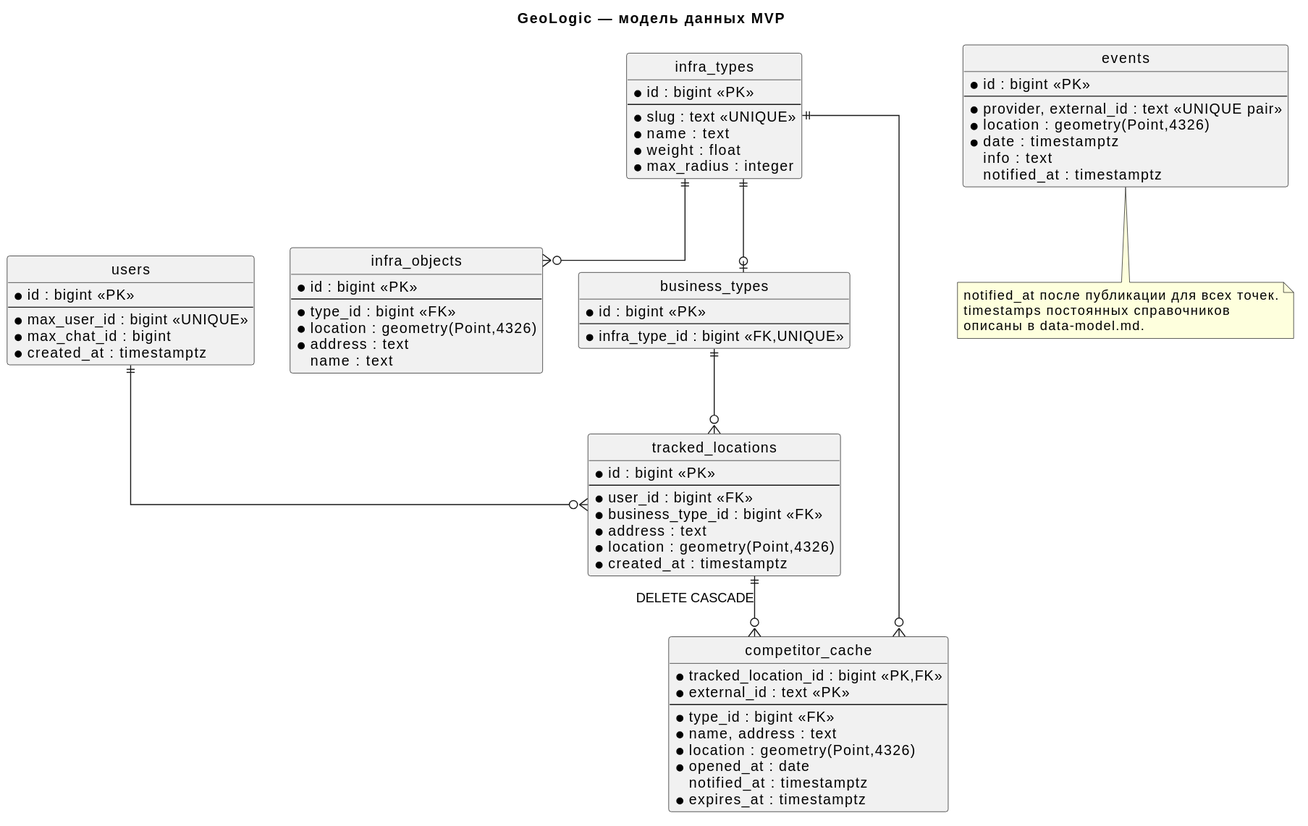
kotafan1rich/GeoLogic-Monitor keeps this PlantUML diagram as docs/diagrams/rendered/er-model.svg. Above is the earlier version. Source of this version:
```plantuml
@startuml
title GeoLogic — модель данных MVP
hide circle
skinparam linetype ortho
entity users {
 * id : bigint <<PK>>
 --
 * max_user_id : bigint <<UNIQUE>>
 * max_chat_id : bigint
 * created_at : timestamptz
}
entity tracked_locations {
 * id : bigint <<PK>>
 --
 * user_id : bigint <<FK>>
 * business_type_id : bigint <<FK>>
 * address : text
 * location : geometry(Point,4326)
 * created_at : timestamptz
}
entity infra_types {
 * id : bigint <<PK>>
 --
 * slug : text <<UNIQUE>>
 * name : text
 * weight : float
 * max_radius : integer
}
entity infra_objects {
 * id : bigint <<PK>>
 --
 * type_id : bigint <<FK>>
 * location : geometry(Point,4326)
 * address : text
 name : text
}
entity business_types {
 * id : bigint <<PK>>
 --
 * infra_type_id : bigint <<FK,UNIQUE>>
}
entity events {
 * id : bigint <<PK>>
 --
 * provider, external_id : text <<UNIQUE pair>>
 * location : geometry(Point,4326)
 * date : timestamptz
 info : text
 notified_at : timestamptz
}
entity competitor_cache {
 * tracked_location_id : bigint <<PK,FK>>
 * external_id : text <<PK>>
 --
 * type_id : bigint <<FK>>
 * name, address : text
 * location : geometry(Point,4326)
 * opened_at : date
 notified_at : timestamptz
 * expires_at : timestamptz
}
users ||--o{ tracked_locations
infra_types ||--o{ infra_objects
infra_types ||--o| business_types
business_types ||--o{ tracked_locations
tracked_locations ||--o{ competitor_cache : DELETE CASCADE
infra_types ||--o{ competitor_cache
note bottom of events
 notified_at после публикации для всех точек.
 timestamps постоянных справочников
 описаны в data-model.md.
end note
@enduml
```
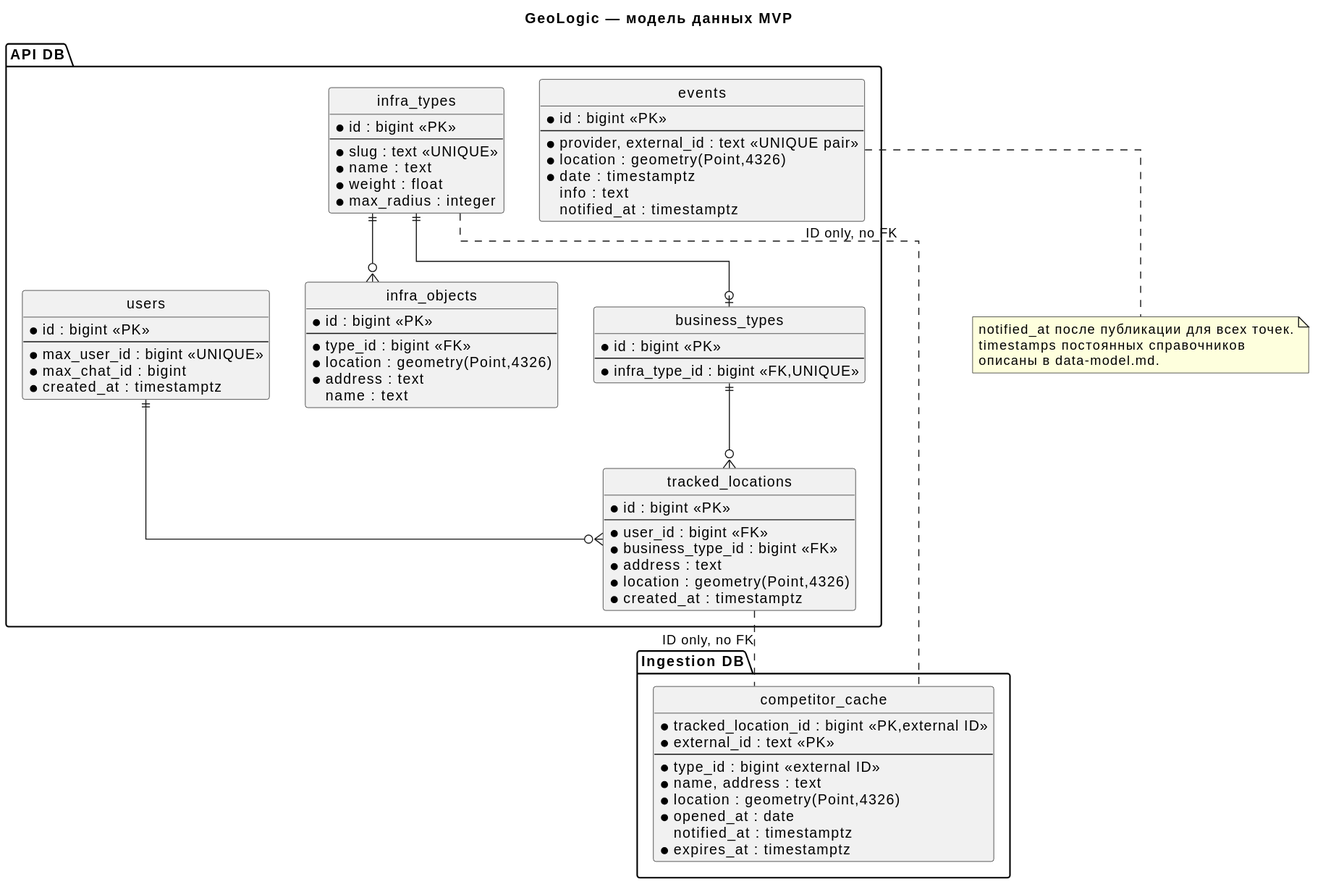
After the commit.

The edit, as a diff of the source:
```diff
@@ -2,6 +2,7 @@
 title GeoLogic — модель данных MVP
 hide circle
 skinparam linetype ortho
+package "API DB" {
 entity users {
  * id : bigint <<PK>>
  --
@@ -48,23 +49,26 @@
  info : text
  notified_at : timestamptz
 }
+}
+package "Ingestion DB" {
 entity competitor_cache {
- * tracked_location_id : bigint <<PK,FK>>
+ * tracked_location_id : bigint <<PK,external ID>>
  * external_id : text <<PK>>
  --
- * type_id : bigint <<FK>>
+ * type_id : bigint <<external ID>>
  * name, address : text
  * location : geometry(Point,4326)
  * opened_at : date
  notified_at : timestamptz
  * expires_at : timestamptz
 }
+}
 users ||--o{ tracked_locations
 infra_types ||--o{ infra_objects
 infra_types ||--o| business_types
 business_types ||--o{ tracked_locations
-tracked_locations ||--o{ competitor_cache : DELETE CASCADE
-infra_types ||--o{ competitor_cache
+tracked_locations .. competitor_cache : ID only, no FK
+infra_types .. competitor_cache : ID only, no FK
 note bottom of events
  notified_at после публикации для всех точек.
  timestamps постоянных справочников
```
